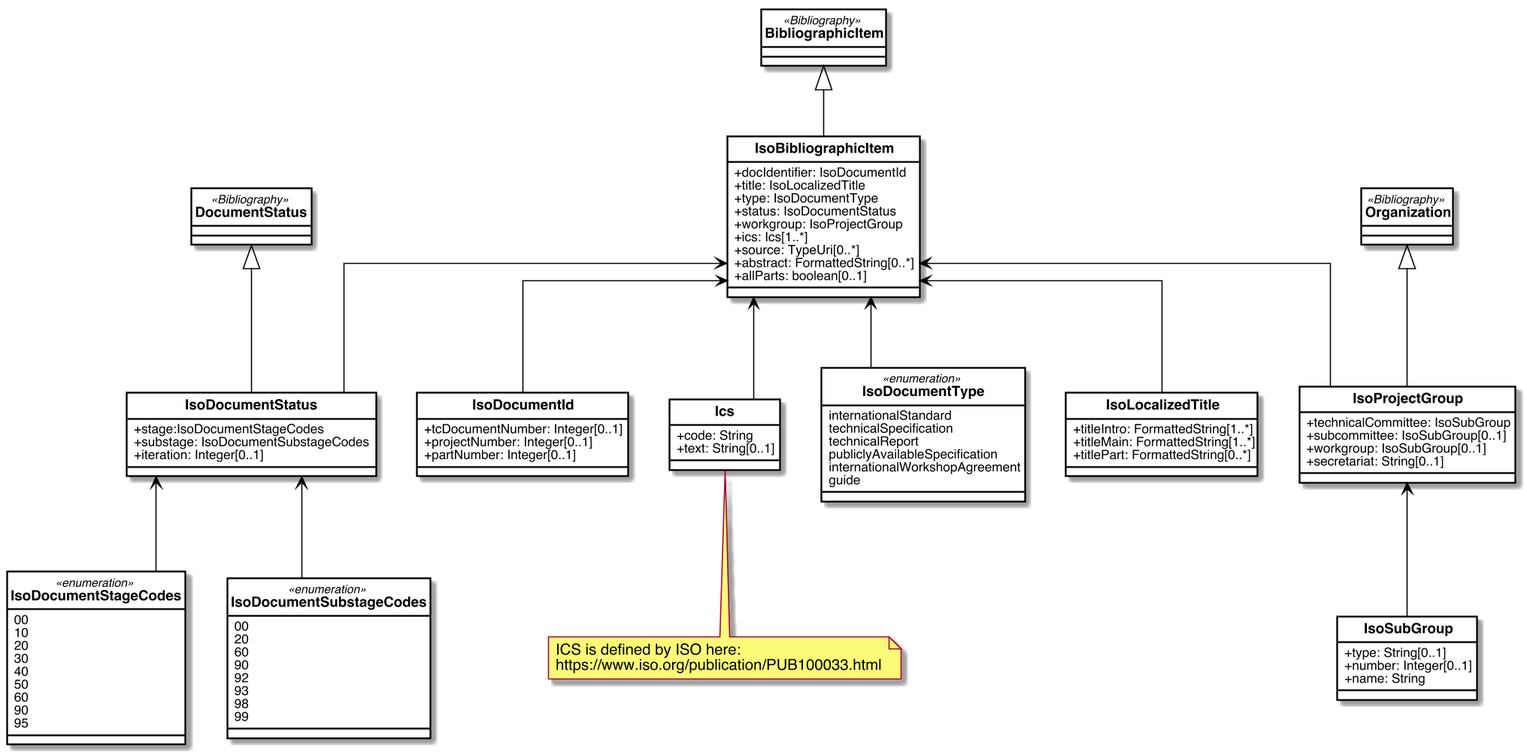
Above: iso/images/IsoDoc_IsoBibliographicItem.png in metanorma/standoc-models (PlantUML), before the change.
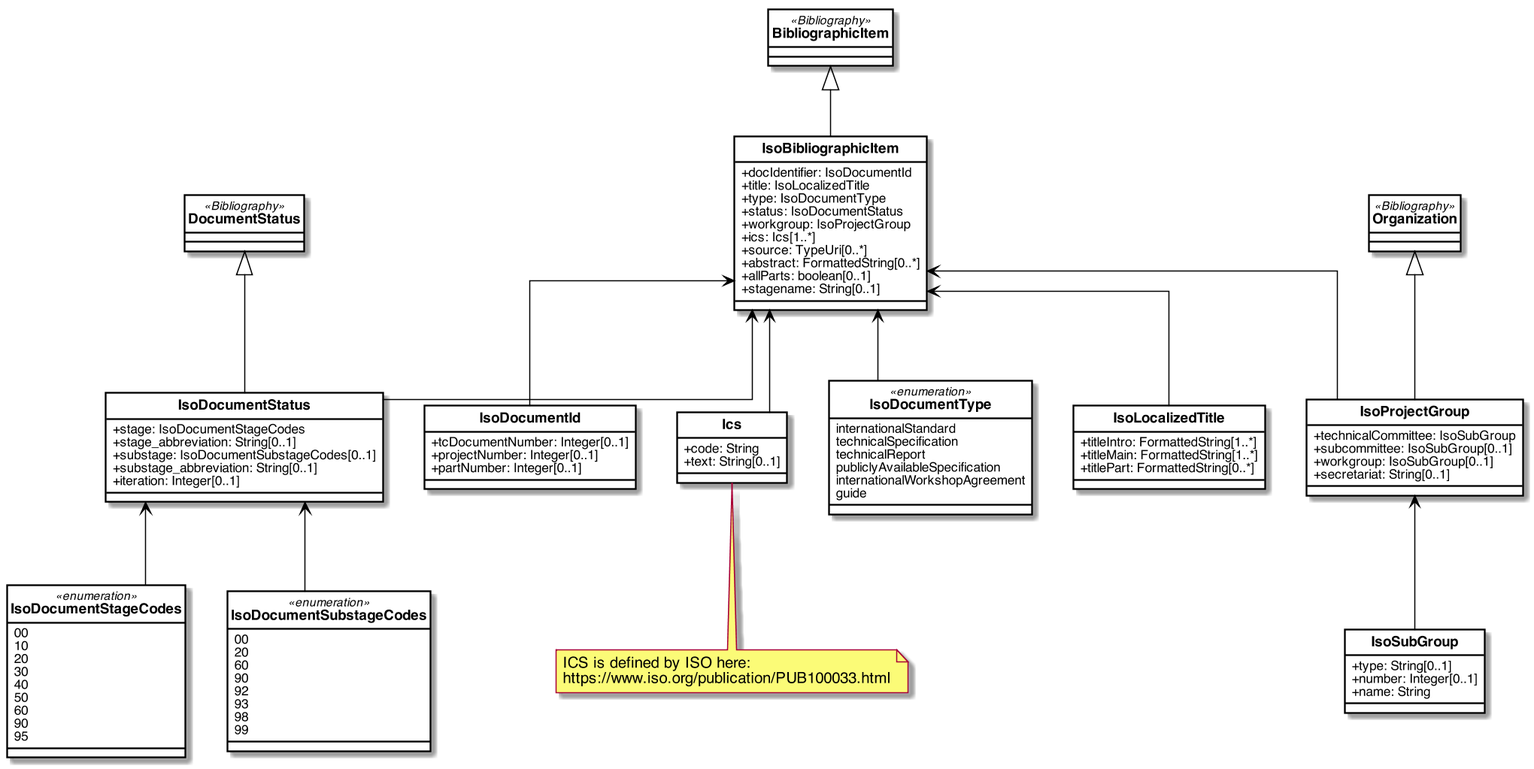
After the change.

The edit, as a diff of the source:
```diff
@@ -55,6 +55,7 @@
     +source: TypeUri[0..*]
     +abstract: FormattedString[0..*]
     +allParts: boolean[0..1]
+    +stagename: String[0..1]
 }
 
 class IsoDocumentId{
@@ -70,8 +71,10 @@
 }
 
 class IsoDocumentStatus{
-    +stage:IsoDocumentStageCodes
-    +substage: IsoDocumentSubstageCodes
+    +stage: IsoDocumentStageCodes
+    +stage_abbreviation: String[0..1]
+    +substage: IsoDocumentSubstageCodes[0..1]
+    +substage_abbreviation: String[0..1]
     +iteration: Integer[0..1]
 }
 
```
